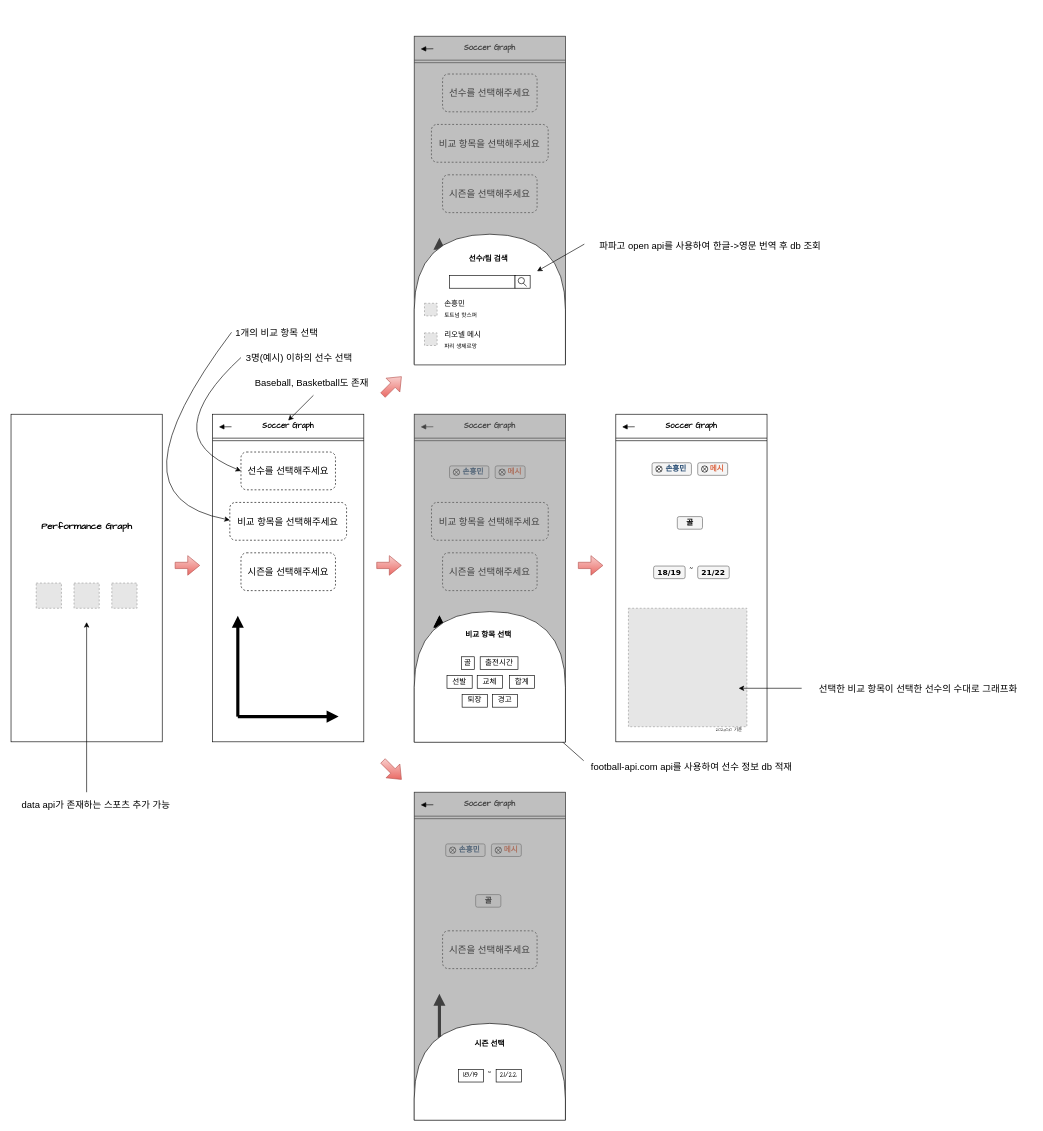
This is docs/design.drawio from Performance-Graph/Front, a draw.io file, before an edit. Source tidied: cells renumbered, new cells numbered last; positions are measured from the earlier drawing's top-left corner, leaving out a move shared by most shapes. Both pictures are drawn from the tidied source at 63%, with x=0, y=0 at pixel (11, 36). Pictures stored in the file or linked from it are replaced by grey dashed boxes.
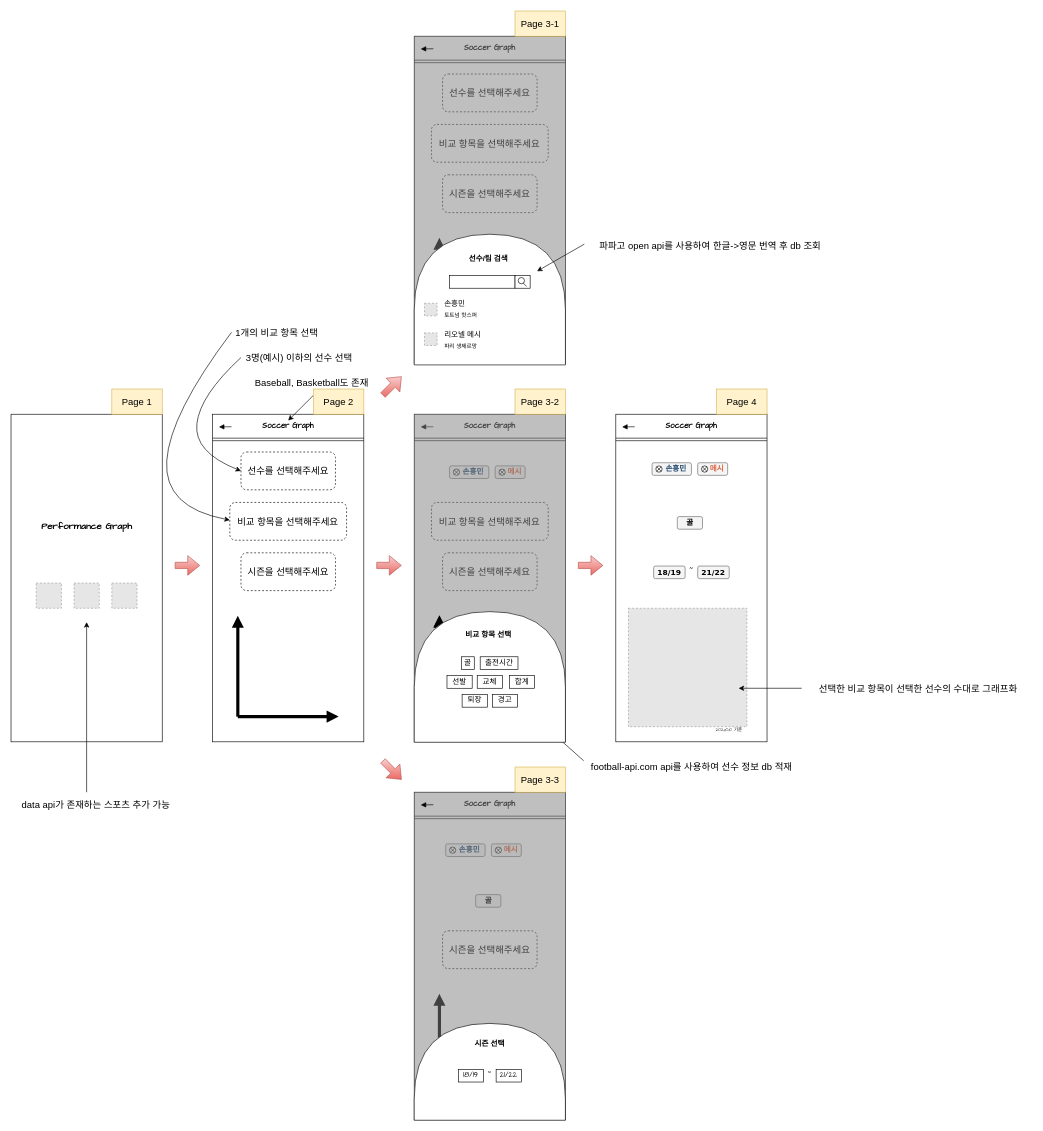
After the change.

Commit message:
add page number in design

Change to the diagram source:
```diff
@@
+    <mxCell id="115" value="Page 1" style="text;html=1;strokeColor=#d6b656;fillColor=#fff2cc;align=center;verticalAlign=middle;whiteSpace=wrap;rounded=0;fontSize=15;" parent="1" vertex="1">
+      <mxGeometry x="160" y="560" width="80" height="40" as="geometry" />
+    </mxCell>
+    <mxCell id="116" value="Page 2" style="text;html=1;strokeColor=#d6b656;fillColor=#fff2cc;align=center;verticalAlign=middle;whiteSpace=wrap;rounded=0;fontSize=15;" parent="1" vertex="1">
+      <mxGeometry x="480" y="560" width="80" height="40" as="geometry" />
+    </mxCell>
+    <mxCell id="117" value="Page 3-1" style="text;html=1;strokeColor=#d6b656;fillColor=#fff2cc;align=center;verticalAlign=middle;whiteSpace=wrap;rounded=0;fontSize=15;" parent="1" vertex="1">
+      <mxGeometry x="800" y="-40" width="80" height="40" as="geometry" />
+    </mxCell>
+    <mxCell id="118" value="Page 3-2" style="text;html=1;strokeColor=#d6b656;fillColor=#fff2cc;align=center;verticalAlign=middle;whiteSpace=wrap;rounded=0;fontSize=15;" parent="1" vertex="1">
+      <mxGeometry x="800" y="560" width="80" height="40" as="geometry" />
+    </mxCell>
+    <mxCell id="119" value="Page 3-3" style="text;html=1;strokeColor=#d6b656;fillColor=#fff2cc;align=center;verticalAlign=middle;whiteSpace=wrap;rounded=0;fontSize=15;" parent="1" vertex="1">
+      <mxGeometry x="800" y="1160" width="80" height="40" as="geometry" />
+    </mxCell>
+    <mxCell id="120" value="Page 4" style="text;html=1;strokeColor=#d6b656;fillColor=#fff2cc;align=center;verticalAlign=middle;whiteSpace=wrap;rounded=0;fontSize=15;" parent="1" vertex="1">
+      <mxGeometry x="1120" y="560" width="80" height="40" as="geometry" />
+    </mxCell>
```
